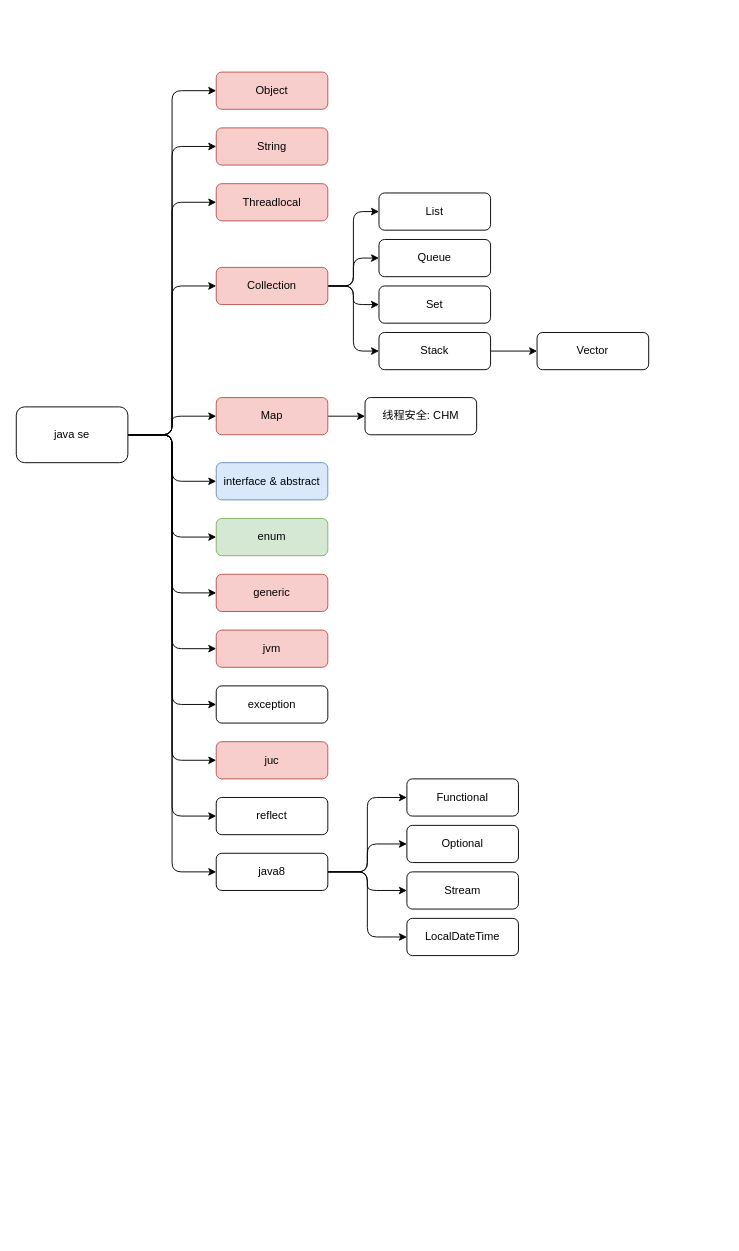
This is digrams/interview/overview/01.javase.drawio from Alice52/diagrams, a draw.io file, before an edit. Source tidied: cells renumbered, new cells numbered last; positions are measured from the earlier drawing's top-left corner, leaving out a move shared by most shapes. Both pictures are drawn from the tidied source at 93%, with x=0, y=0 at pixel (16, 72).
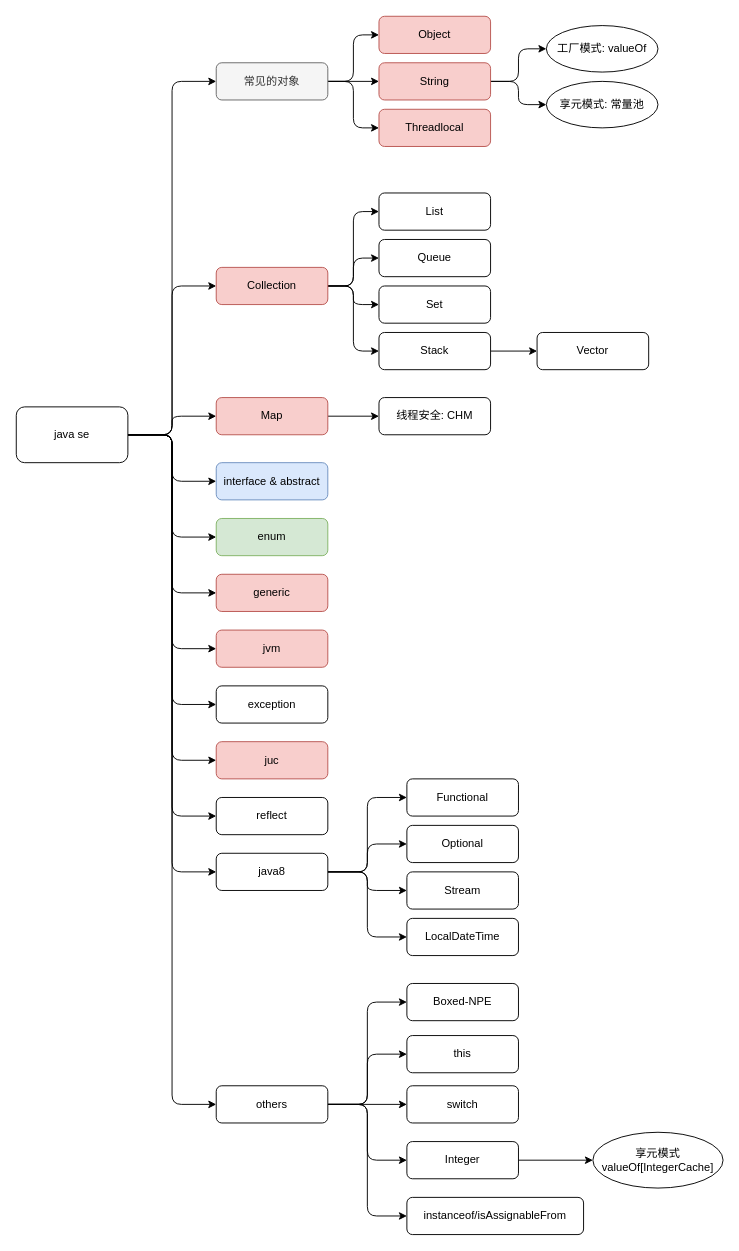
After the change.

Unchanged cells that the change refers to:
```xml
<mxCell id="15" value="java se" style="rounded=1;whiteSpace=wrap;html=1;" parent="1" vertex="1">
  <mxGeometry y="360" width="120" height="60" as="geometry" />
</mxCell>
```

What changed in the source:
```diff
@@
-    <mxCell id="2" style="edgeStyle=orthogonalEdgeStyle;rounded=1;jettySize=auto;html=1;entryX=0;entryY=0.5;entryDx=0;entryDy=0;" parent="1" edge="1" source="15" target="16">
-      <mxGeometry relative="1" as="geometry" />
-    </mxCell>
-    <mxCell id="3" style="edgeStyle=orthogonalEdgeStyle;rounded=1;jettySize=auto;html=1;entryX=0;entryY=0.5;entryDx=0;entryDy=0;" parent="1" edge="1" source="15" target="18">
+    <mxCell id="3" style="edgeStyle=orthogonalEdgeStyle;rounded=1;jettySize=auto;html=1;entryX=0;entryY=0.5;entryDx=0;entryDy=0;" parent="1" edge="1" source="15" target="55">
       <mxGeometry relative="1" as="geometry" />
     </mxCell>
-    <mxCell id="4" style="edgeStyle=orthogonalEdgeStyle;rounded=1;jettySize=auto;html=1;entryX=0;entryY=0.5;entryDx=0;entryDy=0;" parent="1" edge="1" source="15" target="17">
-      <mxGeometry relative="1" as="geometry" />
-    </mxCell>
@@
+    <mxCell id="49" style="edgeStyle=orthogonalEdgeStyle;rounded=1;jettySize=auto;html=1;entryX=0;entryY=0.5;entryDx=0;entryDy=0;" parent="1" edge="1" source="15" target="61">
+      <mxGeometry relative="1" as="geometry" />
+    </mxCell>
@@
     <mxCell id="16" value="Threadlocal" style="rounded=1;whiteSpace=wrap;html=1;fillColor=#f8cecc;strokeColor=#b85450;" parent="1" vertex="1">
-      <mxGeometry x="215" y="120" width="120" height="40" as="geometry" />
+      <mxGeometry x="390" y="40" width="120" height="40" as="geometry" />
     </mxCell>
+    <mxCell id="50" style="edgeStyle=orthogonalEdgeStyle;rounded=1;jettySize=auto;html=1;entryX=0;entryY=0.5;entryDx=0;entryDy=0;" parent="1" edge="1" source="17" target="69">
+      <mxGeometry relative="1" as="geometry" />
+    </mxCell>
+    <mxCell id="51" style="edgeStyle=orthogonalEdgeStyle;rounded=1;jettySize=auto;html=1;" parent="1" edge="1" source="17" target="70">
+      <mxGeometry relative="1" as="geometry" />
+    </mxCell>
     <mxCell id="17" value="String" style="rounded=1;whiteSpace=wrap;html=1;fillColor=#f8cecc;strokeColor=#b85450;" parent="1" vertex="1">
-      <mxGeometry x="215" y="60" width="120" height="40" as="geometry" />
+      <mxGeometry x="390" y="-10" width="120" height="40" as="geometry" />
     </mxCell>
     <mxCell id="18" value="Object" style="rounded=1;whiteSpace=wrap;html=1;fillColor=#f8cecc;strokeColor=#b85450;" parent="1" vertex="1">
-      <mxGeometry x="215" width="120" height="40" as="geometry" />
+      <mxGeometry x="390" y="-60" width="120" height="40" as="geometry" />
     </mxCell>
@@
     <mxCell id="32" value="线程安全: CHM" style="rounded=1;whiteSpace=wrap;html=1;" parent="1" vertex="1">
-      <mxGeometry x="375" y="350" width="120" height="40" as="geometry" />
+      <mxGeometry x="390" y="350" width="120" height="40" as="geometry" />
     </mxCell>
@@
+    <mxCell id="52" style="edgeStyle=orthogonalEdgeStyle;rounded=1;jettySize=auto;html=1;entryX=0;entryY=0.5;entryDx=0;entryDy=0;" parent="1" edge="1" source="55" target="18">
+      <mxGeometry relative="1" as="geometry" />
+    </mxCell>
+    <mxCell id="53" style="edgeStyle=orthogonalEdgeStyle;rounded=1;jettySize=auto;html=1;entryX=0;entryY=0.5;entryDx=0;entryDy=0;" parent="1" edge="1" source="55" target="17">
+      <mxGeometry relative="1" as="geometry" />
+    </mxCell>
+    <mxCell id="54" style="edgeStyle=orthogonalEdgeStyle;rounded=1;jettySize=auto;html=1;entryX=0;entryY=0.5;entryDx=0;entryDy=0;" parent="1" edge="1" source="55" target="16">
+      <mxGeometry relative="1" as="geometry" />
+    </mxCell>
+    <mxCell id="55" value="常见的对象" style="rounded=1;whiteSpace=wrap;html=1;fillColor=#f5f5f5;strokeColor=#666666;fontColor=#333333;" parent="1" vertex="1">
+      <mxGeometry x="215" y="-10" width="120" height="40" as="geometry" />
+    </mxCell>
+    <mxCell id="56" style="edgeStyle=orthogonalEdgeStyle;rounded=1;jettySize=auto;html=1;entryX=0;entryY=0.5;entryDx=0;entryDy=0;" parent="1" edge="1" source="61" target="62">
+      <mxGeometry relative="1" as="geometry" />
+    </mxCell>
+    <mxCell id="57" style="edgeStyle=orthogonalEdgeStyle;rounded=1;jettySize=auto;html=1;entryX=0;entryY=0.5;entryDx=0;entryDy=0;" parent="1" edge="1" source="61" target="63">
+      <mxGeometry relative="1" as="geometry" />
+    </mxCell>
+    <mxCell id="58" style="edgeStyle=orthogonalEdgeStyle;rounded=1;jettySize=auto;html=1;entryX=0;entryY=0.5;entryDx=0;entryDy=0;" parent="1" edge="1" source="61" target="64">
+      <mxGeometry relative="1" as="geometry" />
+    </mxCell>
+    <mxCell id="59" style="edgeStyle=orthogonalEdgeStyle;rounded=1;jettySize=auto;html=1;" parent="1" edge="1" source="61" target="65">
+      <mxGeometry relative="1" as="geometry" />
+    </mxCell>
+    <mxCell id="60" style="edgeStyle=orthogonalEdgeStyle;rounded=1;jettySize=auto;html=1;entryX=0;entryY=0.5;entryDx=0;entryDy=0;" parent="1" edge="1" source="61" target="67">
+      <mxGeometry relative="1" as="geometry" />
+    </mxCell>
+    <mxCell id="61" value="others" style="rounded=1;whiteSpace=wrap;html=1;" parent="1" vertex="1">
+      <mxGeometry x="215" y="1090" width="120" height="40" as="geometry" />
+    </mxCell>
+    <mxCell id="62" value="Boxed-NPE" style="rounded=1;whiteSpace=wrap;html=1;" parent="1" vertex="1">
+      <mxGeometry x="420" y="980" width="120" height="40" as="geometry" />
+    </mxCell>
+    <mxCell id="63" value="this" style="rounded=1;whiteSpace=wrap;html=1;" parent="1" vertex="1">
+      <mxGeometry x="420" y="1036" width="120" height="40" as="geometry" />
+    </mxCell>
+    <mxCell id="64" value="instanceof/isAssignableFrom" style="rounded=1;whiteSpace=wrap;html=1;" parent="1" vertex="1">
+      <mxGeometry x="420" y="1210" width="190" height="40" as="geometry" />
+    </mxCell>
+    <mxCell id="65" value="switch" style="rounded=1;whiteSpace=wrap;html=1;" parent="1" vertex="1">
+      <mxGeometry x="420" y="1090" width="120" height="40" as="geometry" />
+    </mxCell>
+    <mxCell id="66" style="edgeStyle=orthogonalEdgeStyle;rounded=1;jettySize=auto;html=1;" parent="1" edge="1" source="67" target="68">
+      <mxGeometry relative="1" as="geometry" />
+    </mxCell>
+    <mxCell id="67" value="Integer" style="rounded=1;whiteSpace=wrap;html=1;" parent="1" vertex="1">
+      <mxGeometry x="420" y="1150" width="120" height="40" as="geometry" />
+    </mxCell>
+    <mxCell id="68" value="享元模式&lt;br&gt;valueOf[IntegerCache]" style="ellipse;whiteSpace=wrap;html=1;rounded=1;" parent="1" vertex="1">
+      <mxGeometry x="620" y="1140" width="140" height="60" as="geometry" />
+    </mxCell>
+    <mxCell id="69" value="工厂模式: valueOf" style="ellipse;whiteSpace=wrap;html=1;rounded=1;" parent="1" vertex="1">
+      <mxGeometry x="570" y="-50" width="120" height="50" as="geometry" />
+    </mxCell>
+    <mxCell id="70" value="享元模式: 常量池" style="ellipse;whiteSpace=wrap;html=1;rounded=1;" parent="1" vertex="1">
+      <mxGeometry x="570" y="10" width="120" height="50" as="geometry" />
+    </mxCell>
```
